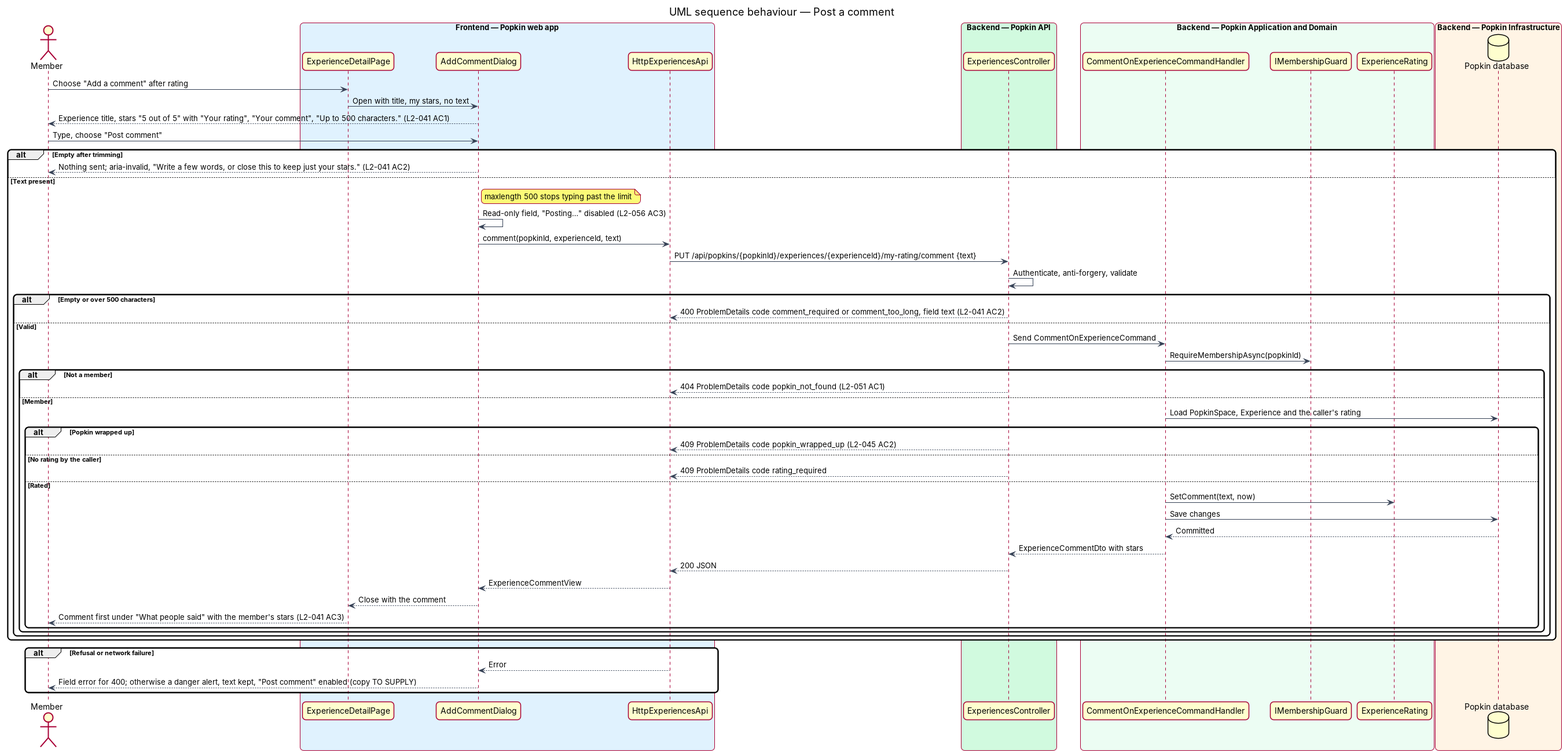
Before: docs/detailed-designs/experiences/comment-on-experience/diagrams/sequence-post-comment.png, a diagram exported from PlantUML (QuinntyneBrown/popkin). Its source is kept beside it as docs/detailed-designs/experiences/comment-on-experience/diagrams/sequence-post-comment.puml.
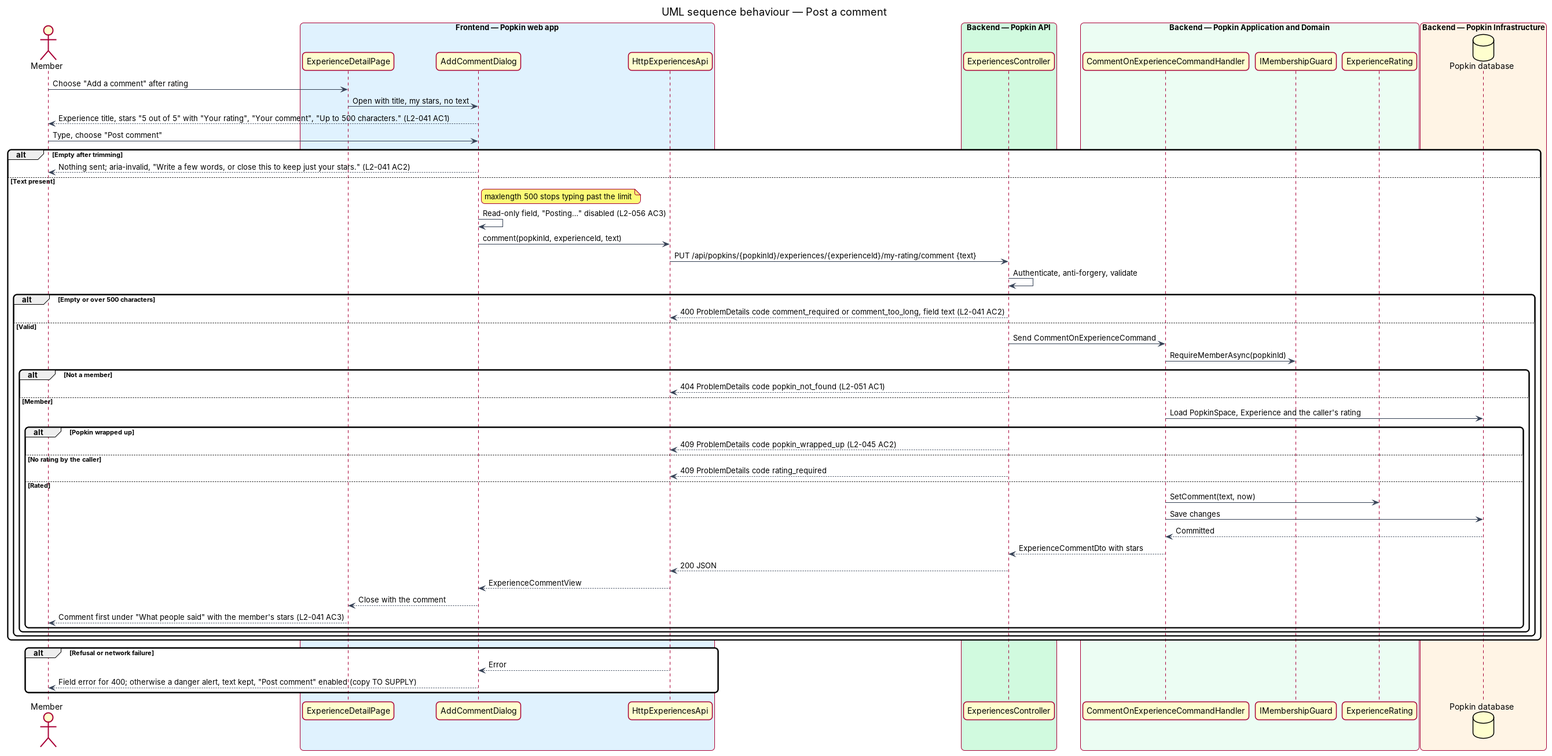
The same file after the commit.

Diff of the diagram source:
```diff
@@ -47,7 +47,7 @@
     controller --> client : 400 ProblemDetails code comment_required or comment_too_long, field text (L2-041 AC2)
   else Valid
     controller -> handler : Send CommentOnExperienceCommand
-    handler -> guard : RequireMembershipAsync(popkinId)
+    handler -> guard : RequireMemberAsync(popkinId)
     alt Not a member
       controller --> client : 404 ProblemDetails code popkin_not_found (L2-051 AC1)
     else Member
```
